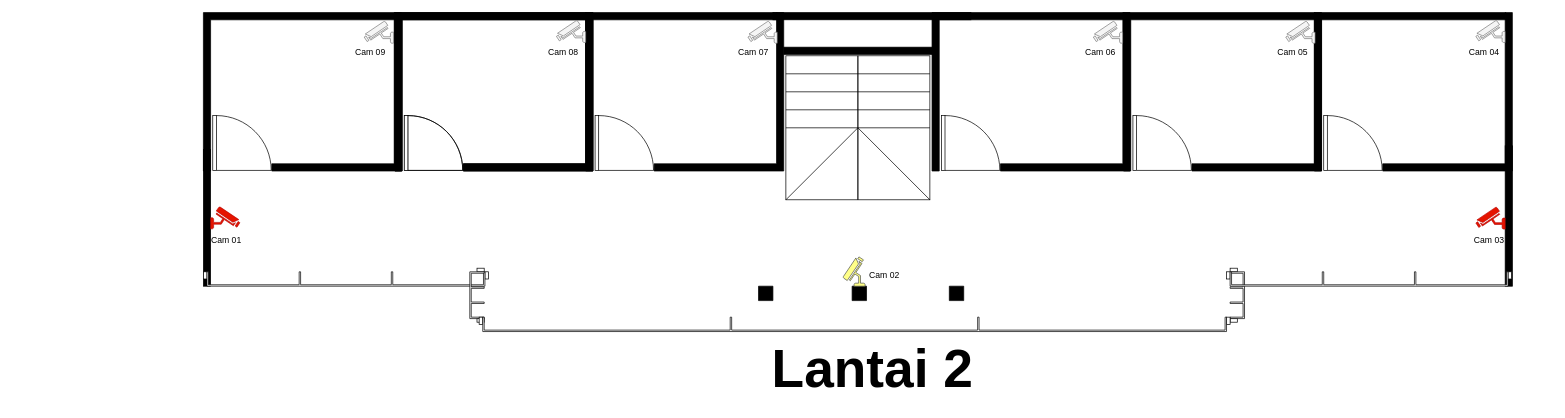
Earlier version of the draw.io diagram page "2nd - floor" (2 of 4) of Diagram Tanpa Judul.drawio (mohammadrifanmushlih17/My-Project-Draw). Source tidied: cells renumbered, new cells numbered last; positions are measured from the earlier drawing's top-left corner, leaving out a move shared by most shapes. Both pictures are drawn from the tidied source at 72%, with x=0, y=0 at pixel (203, 12).
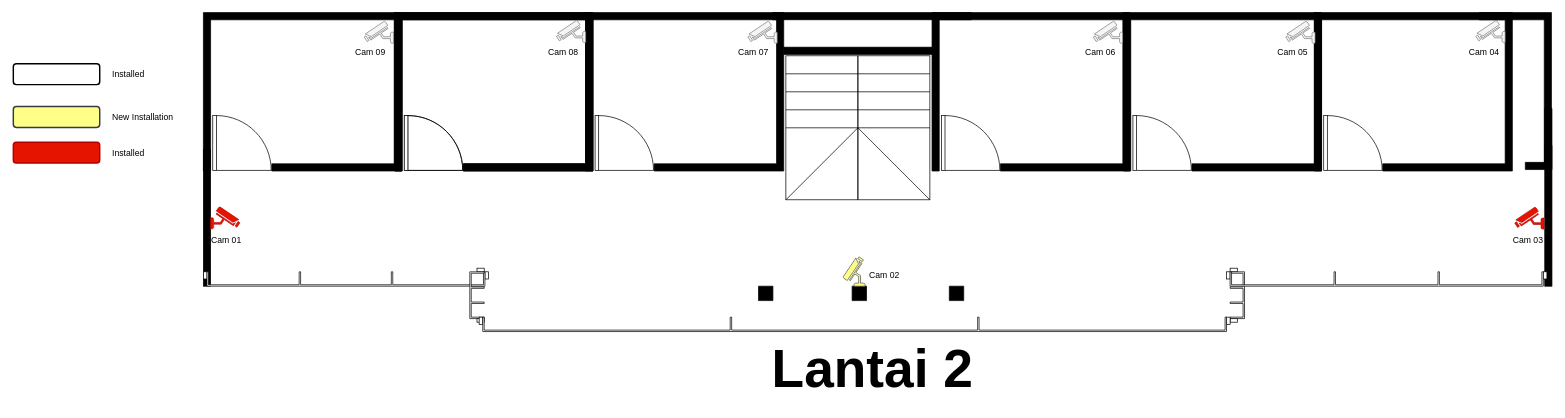
The same diagram, later.

Change to the diagram source:
```diff
@@
     <mxCell id="35" style="verticalLabelPosition=bottom;html=1;verticalAlign=top;align=center;shape=mxgraph.floorplan.wall;fillColor=strokeColor;direction=south;" parent="1" vertex="1">
-      <mxGeometry x="1808" y="185" width="10" height="195" as="geometry" />
+      <mxGeometry x="1863" y="185" width="10" height="195" as="geometry" />
     </mxCell>
     <mxCell id="36" style="verticalLabelPosition=bottom;html=1;verticalAlign=top;align=center;shape=mxgraph.floorplan.windowGarden;dx=0.25;direction=west;" parent="1" vertex="1">
-      <mxGeometry x="1421" y="360" width="396" height="20" as="geometry" />
+      <mxGeometry x="1421" y="360" width="445" height="20" as="geometry" />
     </mxCell>
@@
     <mxCell id="54" style="fontColor=#ffffff;verticalAlign=top;verticalLabelPosition=bottom;labelPosition=center;align=center;html=1;fillColor=#e51400;strokeColor=#B20000;gradientDirection=north;strokeWidth=2;shape=mxgraph.networks.security_camera;direction=east;flipH=1;" parent="1" vertex="1">
-      <mxGeometry x="1767.3" y="270.2" width="40.7" height="30.5" as="geometry" />
+      <mxGeometry x="1821.3" y="270.2" width="40.7" height="30.5" as="geometry" />
     </mxCell>
@@
     <mxCell id="57" value="Cam 03" style="text;html=1;align=center;verticalAlign=middle;whiteSpace=wrap;rounded=0;" parent="1" vertex="1">
-      <mxGeometry x="1756" y="302" width="60" height="30" as="geometry" />
+      <mxGeometry x="1810" y="302" width="60" height="30" as="geometry" />
     </mxCell>
@@
+    <mxCell id="60" style="verticalLabelPosition=bottom;html=1;verticalAlign=top;align=center;shape=mxgraph.floorplan.wallCorner;fillColor=strokeColor;direction=south;" parent="1" vertex="1">
+      <mxGeometry x="1772.3" width="100" height="210" as="geometry" />
+    </mxCell>
+    <mxCell id="61" style="verticalLabelPosition=bottom;html=1;verticalAlign=top;align=center;shape=mxgraph.floorplan.wallCorner;fillColor=strokeColor;direction=west;" parent="1" vertex="1">
+      <mxGeometry x="1836" y="133" width="37" height="85" as="geometry" />
+    </mxCell>
+    <mxCell id="62" style="rounded=1;whiteSpace=wrap;html=1;strokeWidth=2;" parent="1" vertex="1">
+      <mxGeometry x="-264" y="71" width="120" height="29" as="geometry" />
+    </mxCell>
+    <mxCell id="63" style="rounded=1;whiteSpace=wrap;html=1;fillColor=#ffff88;strokeColor=#36393d;strokeWidth=2;" parent="1" vertex="1">
+      <mxGeometry x="-264" y="130.5" width="120" height="29" as="geometry" />
+    </mxCell>
+    <mxCell id="64" style="rounded=1;whiteSpace=wrap;html=1;fillColor=#e51400;strokeColor=#B20000;strokeWidth=2;fontColor=#ffffff;" parent="1" vertex="1">
+      <mxGeometry x="-264" y="180" width="120" height="29" as="geometry" />
+    </mxCell>
+    <mxCell id="65" value="Installed" style="text;html=1;align=center;verticalAlign=middle;whiteSpace=wrap;rounded=0;" parent="1" vertex="1">
+      <mxGeometry x="-134" y="70.5" width="60" height="30" as="geometry" />
+    </mxCell>
+    <mxCell id="66" value="Installed" style="text;html=1;align=center;verticalAlign=middle;whiteSpace=wrap;rounded=0;" parent="1" vertex="1">
+      <mxGeometry x="-134" y="180" width="60" height="30" as="geometry" />
+    </mxCell>
+    <mxCell id="67" value="New Installation" style="text;html=1;align=center;verticalAlign=middle;whiteSpace=wrap;rounded=0;" parent="1" vertex="1">
+      <mxGeometry x="-134" y="130" width="100" height="30" as="geometry" />
+    </mxCell>
```
